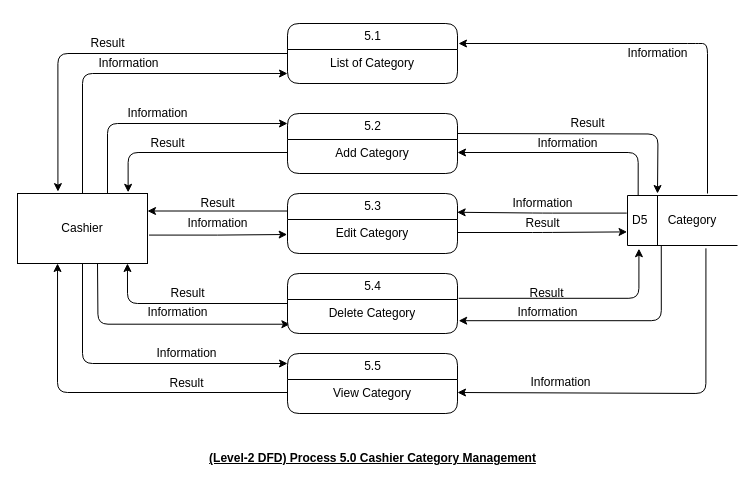
The draw.io diagram assets/dfd/Cashier/DFD-Level-5.0 - Categories Manager.drawio in vanluong94/aptech-market-management-system, before the edit. Source tidied: cells renumbered, new cells numbered last; positions are measured from the earlier drawing's top-left corner, leaving out a move shared by most shapes. Both pictures are drawn from the tidied source at 100%, with x=0, y=0 at pixel (17, 23).
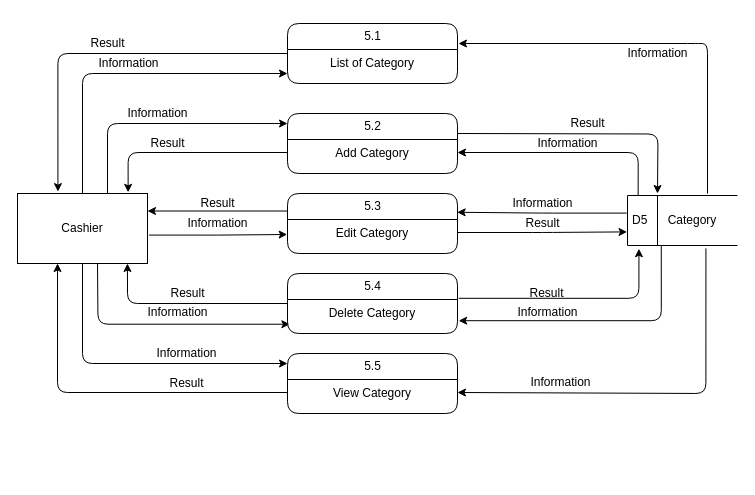
The same diagram, later.

What changed in the source:
```diff
@@
-    <mxCell id="33" value="&lt;p class=&quot;MsoNormal&quot; style=&quot;font-size: 12px&quot;&gt;&lt;font style=&quot;font-size: 12px&quot;&gt;&lt;span style=&quot;font-size: 12px&quot;&gt;&lt;b style=&quot;font-size: 12px&quot;&gt;&lt;u style=&quot;font-size: 12px&quot;&gt;(Level-2 DFD) Process 5.0 Cashier Category Management&lt;/u&gt;&lt;/b&gt;&lt;/span&gt;&lt;/font&gt;&lt;br style=&quot;font-size: 12px&quot;&gt;&lt;/p&gt;" style="text;html=1;align=center;verticalAlign=middle;strokeColor=none;fontColor=#000000;fontFamily=Helvetica;fontSize=12;" parent="1" vertex="1">
-      <mxGeometry x="185" y="415" width="340" height="40" as="geometry" />
-    </mxCell>
```
